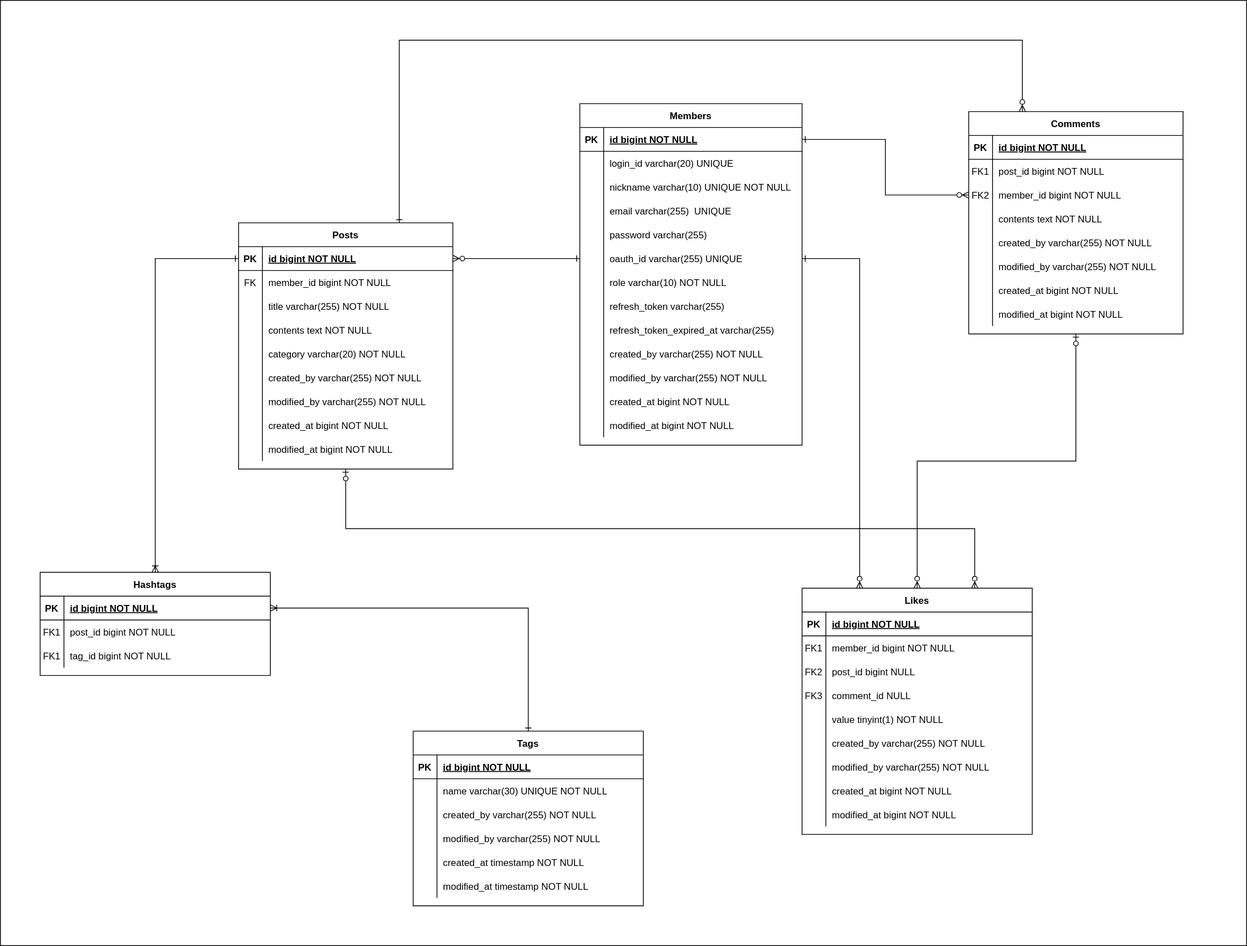
Before: document/erd.svg, a diagram exported from draw.io (leesh5000/DevLab-BE). Source tidied: cells renumbered, new cells last; positions are measured from the earlier drawing's top-left corner, leaving out a move shared by most shapes.
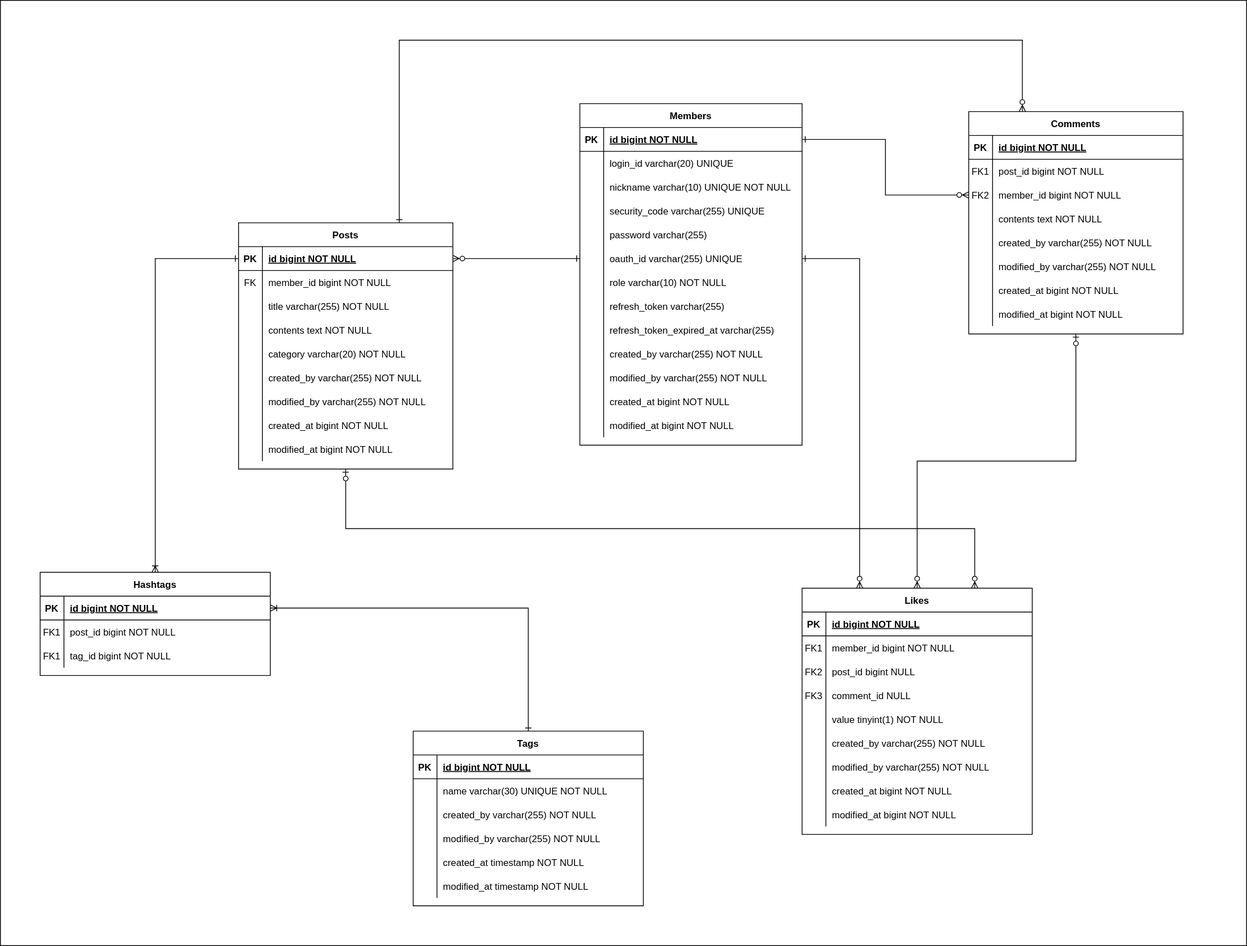
Later version of the same file.

What changed in the source:
```diff
@@ -44,7 +44,7 @@
     <mxCell id="15" style="shape=partialRectangle;overflow=hidden;fillColor=none;top=0;left=0;bottom=0;right=0;" parent="14" vertex="1">
       <mxGeometry width="30" height="30" as="geometry" />
     </mxCell>
-    <mxCell id="16" value="email varchar(255)  UNIQUE" style="shape=partialRectangle;overflow=hidden;fillColor=none;top=0;left=0;bottom=0;right=0;align=left;spacingLeft=6;" parent="14" vertex="1">
+    <mxCell id="16" value="security_code varchar(255) UNIQUE" style="shape=partialRectangle;overflow=hidden;fillColor=none;top=0;left=0;bottom=0;right=0;align=left;spacingLeft=6;" parent="14" vertex="1">
       <mxGeometry x="30" width="250" height="30" as="geometry" />
     </mxCell>
     <mxCell id="17" style="shape=partialRectangle;fillColor=none;top=0;left=0;right=0;bottom=0;" parent="4" vertex="1">
```
